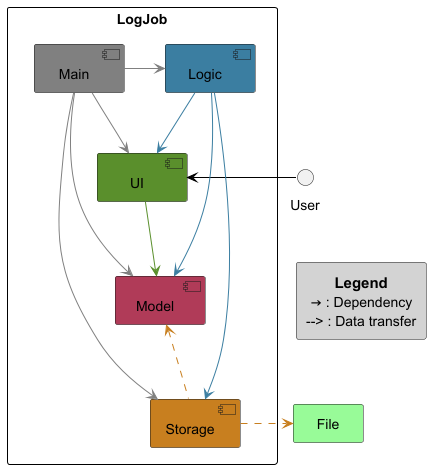
Before: docs/diagrams/architecture-diagrams/ArchitectureDiagram.png, a diagram exported from PlantUML (fivenames/tp).
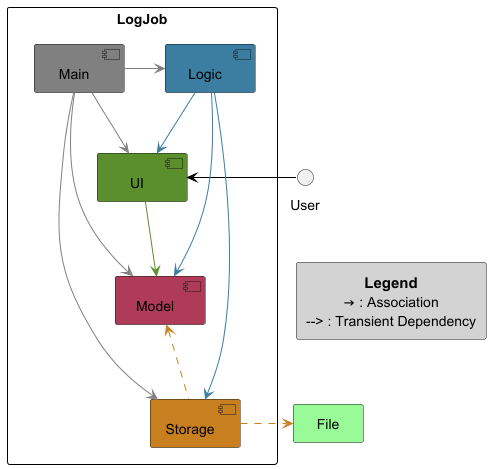
The same file after the commit.

The edit, as a diff of the source:
```diff
@@ -25,7 +25,7 @@
 Storage -up[STORAGE_COLOR].> Model
 Storage -right[STORAGE_COLOR].> File
 
-rectangle "===Legend\n→ : Dependency\n--> : Data transfer" as LEGEND #lightgrey
+rectangle "===Legend\n→ : Association\n--> : Transient Dependency" as LEGEND #lightgrey
 
 UI -[hidden]-> LEGEND
 
```
